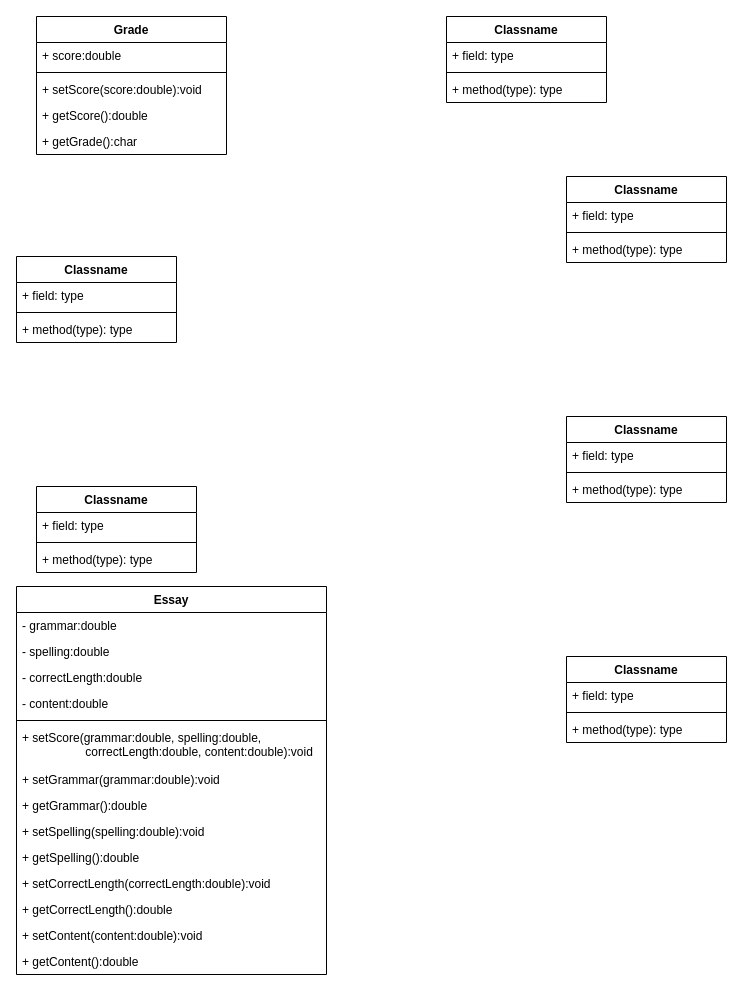
Before: Task2.drawio in aiin-syafikah/Week-2, a draw.io diagram. Source tidied: cells renumbered, new cells numbered last; positions are measured from the earlier drawing's top-left corner, leaving out a move shared by most shapes. Both pictures are drawn from the tidied source at 100%, with x=0, y=0 at pixel (16, 16).
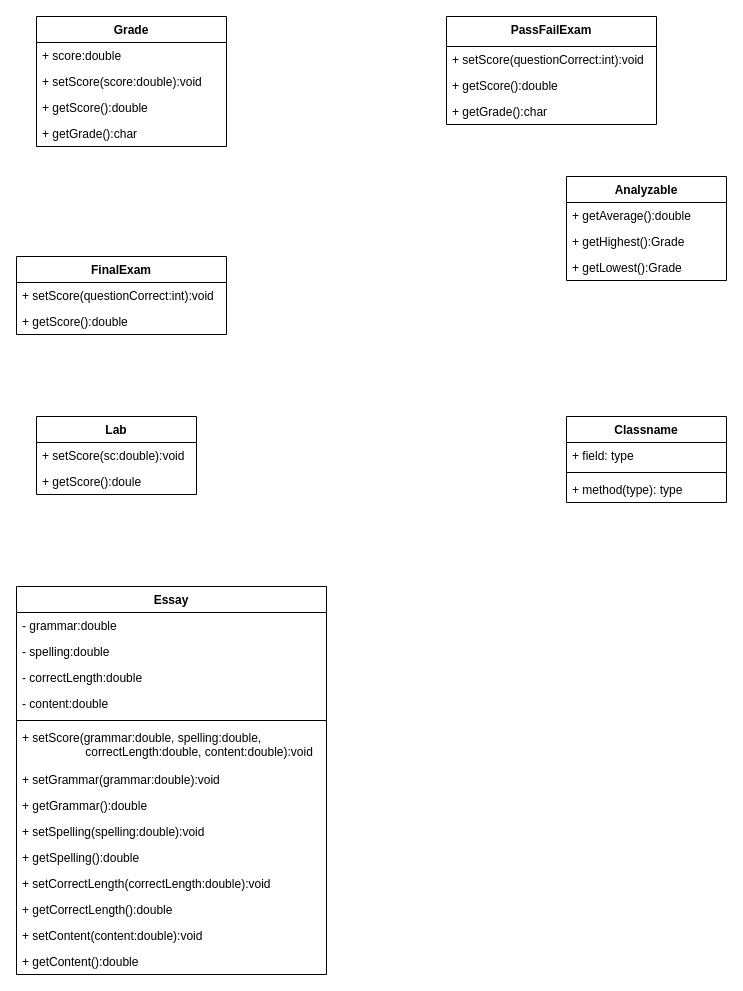
After the change.

Diff of the diagram source:
```diff
@@
     <mxCell id="2" value="Grade" style="swimlane;fontStyle=1;align=center;verticalAlign=top;horizontal=1;startSize=26;" parent="1" vertex="1">
-      <mxGeometry x="20" width="190" height="138" as="geometry" />
+      <mxGeometry x="20" width="190" height="130" as="geometry" />
     </mxCell>
@@
-    <mxCell id="4" style="line;strokeWidth=1;fillColor=none;align=left;verticalAlign=middle;spacingTop=-1;spacingLeft=3;spacingRight=3;labelPosition=right;" parent="2" vertex="1">
-      <mxGeometry y="52" width="190" height="8" as="geometry" />
-    </mxCell>
     <mxCell id="5" value="+ setScore(score:double):void" style="text;strokeColor=none;fillColor=none;align=left;verticalAlign=top;spacingLeft=4;spacingRight=4;overflow=hidden;" parent="2" vertex="1">
-      <mxGeometry y="60" width="190" height="26" as="geometry" />
+      <mxGeometry y="52" width="190" height="26" as="geometry" />
     </mxCell>
     <mxCell id="6" value="+ getScore():double" style="text;strokeColor=none;fillColor=none;align=left;verticalAlign=top;spacingLeft=4;spacingRight=4;overflow=hidden;" parent="2" vertex="1">
-      <mxGeometry y="86" width="190" height="26" as="geometry" />
+      <mxGeometry y="78" width="190" height="26" as="geometry" />
     </mxCell>
     <mxCell id="7" value="+ getGrade():char" style="text;strokeColor=none;fillColor=none;align=left;verticalAlign=top;spacingLeft=4;spacingRight=4;overflow=hidden;" parent="2" vertex="1">
-      <mxGeometry y="112" width="190" height="26" as="geometry" />
+      <mxGeometry y="104" width="190" height="26" as="geometry" />
     </mxCell>
-    <mxCell id="8" value="Classname" style="swimlane;fontStyle=1;align=center;verticalAlign=top;horizontal=1;startSize=26;" parent="1" vertex="1">
-      <mxGeometry x="430" width="160" height="86" as="geometry" />
+    <mxCell id="8" value="PassFailExam" style="swimlane;fontStyle=1;align=center;verticalAlign=top;horizontal=1;startSize=30;" parent="1" vertex="1">
+      <mxGeometry x="430" width="210" height="108" as="geometry" />
     </mxCell>
-    <mxCell id="9" value="+ field: type" style="text;strokeColor=none;fillColor=none;align=left;verticalAlign=top;spacingLeft=4;spacingRight=4;overflow=hidden;" parent="8" vertex="1">
-      <mxGeometry y="26" width="160" height="26" as="geometry" />
+    <mxCell id="9" value="+ setScore(questionCorrect:int):void" style="text;strokeColor=none;fillColor=none;align=left;verticalAlign=top;spacingLeft=4;spacingRight=4;overflow=hidden;" parent="8" vertex="1">
+      <mxGeometry y="30" width="210" height="26" as="geometry" />
     </mxCell>
-    <mxCell id="10" style="line;strokeWidth=1;fillColor=none;align=left;verticalAlign=middle;spacingTop=-1;spacingLeft=3;spacingRight=3;labelPosition=right;" parent="8" vertex="1">
-      <mxGeometry y="52" width="160" height="8" as="geometry" />
-    </mxCell>
+    <mxCell id="47" value="+ getScore():double" style="text;strokeColor=none;fillColor=none;align=left;verticalAlign=top;spacingLeft=4;spacingRight=4;overflow=hidden;" parent="8" vertex="1">
+      <mxGeometry y="56" width="210" height="26" as="geometry" />
+    </mxCell>
-    <mxCell id="11" value="+ method(type): type" style="text;strokeColor=none;fillColor=none;align=left;verticalAlign=top;spacingLeft=4;spacingRight=4;overflow=hidden;" parent="8" vertex="1">
-      <mxGeometry y="60" width="160" height="26" as="geometry" />
+    <mxCell id="11" value="+ getGrade():char" style="text;strokeColor=none;fillColor=none;align=left;verticalAlign=top;spacingLeft=4;spacingRight=4;overflow=hidden;" parent="8" vertex="1">
+      <mxGeometry y="82" width="210" height="26" as="geometry" />
     </mxCell>
-    <mxCell id="12" value="Classname" style="swimlane;fontStyle=1;align=center;verticalAlign=top;horizontal=1;startSize=26;" parent="1" vertex="1">
-      <mxGeometry y="240" width="160" height="86" as="geometry" />
+    <mxCell id="12" value="FinalExam" style="swimlane;fontStyle=1;align=center;verticalAlign=top;horizontal=1;startSize=26;" parent="1" vertex="1">
+      <mxGeometry y="240" width="210" height="78" as="geometry" />
     </mxCell>
-    <mxCell id="13" value="+ field: type" style="text;strokeColor=none;fillColor=none;align=left;verticalAlign=top;spacingLeft=4;spacingRight=4;overflow=hidden;" parent="12" vertex="1">
-      <mxGeometry y="26" width="160" height="26" as="geometry" />
+    <mxCell id="13" value="+ setScore(questionCorrect:int):void" style="text;strokeColor=none;fillColor=none;align=left;verticalAlign=top;spacingLeft=4;spacingRight=4;overflow=hidden;" parent="12" vertex="1">
+      <mxGeometry y="26" width="210" height="26" as="geometry" />
     </mxCell>
-    <mxCell id="14" style="line;strokeWidth=1;fillColor=none;align=left;verticalAlign=middle;spacingTop=-1;spacingLeft=3;spacingRight=3;labelPosition=right;" parent="12" vertex="1">
-      <mxGeometry y="52" width="160" height="8" as="geometry" />
-    </mxCell>
-    <mxCell id="15" value="+ method(type): type" style="text;strokeColor=none;fillColor=none;align=left;verticalAlign=top;spacingLeft=4;spacingRight=4;overflow=hidden;" parent="12" vertex="1">
-      <mxGeometry y="60" width="160" height="26" as="geometry" />
+    <mxCell id="15" value="+ getScore():double" style="text;strokeColor=none;fillColor=none;align=left;verticalAlign=top;spacingLeft=4;spacingRight=4;overflow=hidden;" parent="12" vertex="1">
+      <mxGeometry y="52" width="210" height="26" as="geometry" />
     </mxCell>
-    <mxCell id="16" value="Classname" style="swimlane;fontStyle=1;align=center;verticalAlign=top;horizontal=1;startSize=26;" parent="1" vertex="1">
-      <mxGeometry x="550" y="160" width="160" height="86" as="geometry" />
+    <mxCell id="16" value="Analyzable" style="swimlane;fontStyle=1;align=center;verticalAlign=top;horizontal=1;startSize=26;" parent="1" vertex="1">
+      <mxGeometry x="550" y="160" width="160" height="104" as="geometry" />
     </mxCell>
-    <mxCell id="17" value="+ field: type" style="text;strokeColor=none;fillColor=none;align=left;verticalAlign=top;spacingLeft=4;spacingRight=4;overflow=hidden;" parent="16" vertex="1">
+    <mxCell id="17" value="+ getAverage():double" style="text;strokeColor=none;fillColor=none;align=left;verticalAlign=top;spacingLeft=4;spacingRight=4;overflow=hidden;" parent="16" vertex="1">
       <mxGeometry y="26" width="160" height="26" as="geometry" />
     </mxCell>
-    <mxCell id="18" style="line;strokeWidth=1;fillColor=none;align=left;verticalAlign=middle;spacingTop=-1;spacingLeft=3;spacingRight=3;labelPosition=right;" parent="16" vertex="1">
-      <mxGeometry y="52" width="160" height="8" as="geometry" />
-    </mxCell>
-    <mxCell id="19" value="+ method(type): type" style="text;strokeColor=none;fillColor=none;align=left;verticalAlign=top;spacingLeft=4;spacingRight=4;overflow=hidden;" parent="16" vertex="1">
-      <mxGeometry y="60" width="160" height="26" as="geometry" />
+    <mxCell id="19" value="+ getHighest():Grade" style="text;strokeColor=none;fillColor=none;align=left;verticalAlign=top;spacingLeft=4;spacingRight=4;overflow=hidden;" parent="16" vertex="1">
+      <mxGeometry y="52" width="160" height="26" as="geometry" />
     </mxCell>
+    <mxCell id="48" value="+ getLowest():Grade" style="text;strokeColor=none;fillColor=none;align=left;verticalAlign=top;spacingLeft=4;spacingRight=4;overflow=hidden;" parent="16" vertex="1">
+      <mxGeometry y="78" width="160" height="26" as="geometry" />
+    </mxCell>
@@
-    <mxCell id="24" value="Classname" style="swimlane;fontStyle=1;align=center;verticalAlign=top;horizontal=1;startSize=26;" parent="1" vertex="1">
-      <mxGeometry x="20" y="470" width="160" height="86" as="geometry" />
+    <mxCell id="24" value="Lab" style="swimlane;fontStyle=1;align=center;verticalAlign=top;horizontal=1;startSize=26;" parent="1" vertex="1">
+      <mxGeometry x="20" y="400" width="160" height="78" as="geometry" />
     </mxCell>
-    <mxCell id="25" value="+ field: type" style="text;strokeColor=none;fillColor=none;align=left;verticalAlign=top;spacingLeft=4;spacingRight=4;overflow=hidden;" parent="24" vertex="1">
+    <mxCell id="25" value="+ setScore(sc:double):void" style="text;strokeColor=none;fillColor=none;align=left;verticalAlign=top;spacingLeft=4;spacingRight=4;overflow=hidden;" parent="24" vertex="1">
       <mxGeometry y="26" width="160" height="26" as="geometry" />
     </mxCell>
-    <mxCell id="26" style="line;strokeWidth=1;fillColor=none;align=left;verticalAlign=middle;spacingTop=-1;spacingLeft=3;spacingRight=3;labelPosition=right;" parent="24" vertex="1">
-      <mxGeometry y="52" width="160" height="8" as="geometry" />
-    </mxCell>
-    <mxCell id="27" value="+ method(type): type" style="text;strokeColor=none;fillColor=none;align=left;verticalAlign=top;spacingLeft=4;spacingRight=4;overflow=hidden;" parent="24" vertex="1">
-      <mxGeometry y="60" width="160" height="26" as="geometry" />
+    <mxCell id="27" value="+ getScore():doule" style="text;strokeColor=none;fillColor=none;align=left;verticalAlign=top;spacingLeft=4;spacingRight=4;overflow=hidden;" parent="24" vertex="1">
+      <mxGeometry y="52" width="160" height="26" as="geometry" />
     </mxCell>
-    <mxCell id="28" value="Classname" style="swimlane;fontStyle=1;align=center;verticalAlign=top;horizontal=1;startSize=26;" parent="1" vertex="1">
-      <mxGeometry x="550" y="640" width="160" height="86" as="geometry" />
-    </mxCell>
-    <mxCell id="29" value="+ field: type" style="text;strokeColor=none;fillColor=none;align=left;verticalAlign=top;spacingLeft=4;spacingRight=4;overflow=hidden;" parent="28" vertex="1">
-      <mxGeometry y="26" width="160" height="26" as="geometry" />
-    </mxCell>
-    <mxCell id="30" style="line;strokeWidth=1;fillColor=none;align=left;verticalAlign=middle;spacingTop=-1;spacingLeft=3;spacingRight=3;labelPosition=right;" parent="28" vertex="1">
-      <mxGeometry y="52" width="160" height="8" as="geometry" />
-    </mxCell>
-    <mxCell id="31" value="+ method(type): type" style="text;strokeColor=none;fillColor=none;align=left;verticalAlign=top;spacingLeft=4;spacingRight=4;overflow=hidden;" parent="28" vertex="1">
-      <mxGeometry y="60" width="160" height="26" as="geometry" />
-    </mxCell>
```
